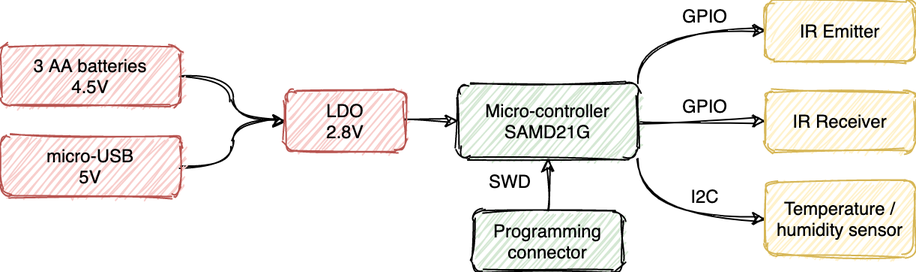
hutscape/pine keeps this draw.io diagram as images/design/subsystem.png. Above is the earlier version. Source tidied: cells renumbered, new cells last; positions are measured from the earlier drawing's top-left corner, leaving out a move shared by most shapes. The source it was exported from:
```xml
<mxGraphModel>
  <root>
    <mxCell id="0" />
    <mxCell id="1" parent="0" />
    <mxCell id="2" style="edgeStyle=orthogonalEdgeStyle;jettySize=auto;html=1;exitX=1;exitY=1;exitDx=0;exitDy=0;entryX=0;entryY=0.5;entryDx=0;entryDy=0;sketch=1;curved=1;" parent="1" edge="1" source="5" target="17">
      <mxGeometry relative="1" as="geometry" />
    </mxCell>
    <mxCell id="3" style="edgeStyle=orthogonalEdgeStyle;jettySize=auto;html=1;entryX=0;entryY=0.5;entryDx=0;entryDy=0;sketch=1;curved=1;" parent="1" edge="1" source="5" target="16">
      <mxGeometry relative="1" as="geometry" />
    </mxCell>
    <mxCell id="4" style="edgeStyle=orthogonalEdgeStyle;jettySize=auto;html=1;exitX=1;exitY=0;exitDx=0;exitDy=0;entryX=0;entryY=0.5;entryDx=0;entryDy=0;sketch=1;curved=1;" parent="1" edge="1" source="5" target="15">
      <mxGeometry relative="1" as="geometry" />
    </mxCell>
    <mxCell id="5" value="Micro-controller&lt;br&gt;SAMD21G" style="whiteSpace=wrap;html=1;fillColor=#D5E8D4;sketch=1;rounded=1;" parent="1" vertex="1">
      <mxGeometry x="305" y="55" width="120" height="50" as="geometry" />
    </mxCell>
    <mxCell id="6" style="edgeStyle=orthogonalEdgeStyle;jettySize=auto;html=1;exitX=0.5;exitY=0;exitDx=0;exitDy=0;entryX=0.5;entryY=1;entryDx=0;entryDy=0;sketch=1;curved=1;" parent="1" edge="1" source="7" target="5">
      <mxGeometry relative="1" as="geometry" />
    </mxCell>
    <mxCell id="7" value="Programming connector" style="whiteSpace=wrap;html=1;fillColor=#D5E8D4;sketch=1;rounded=1;" parent="1" vertex="1">
      <mxGeometry x="315" y="140" width="100" height="40" as="geometry" />
    </mxCell>
    <mxCell id="8" style="edgeStyle=orthogonalEdgeStyle;jettySize=auto;html=1;exitX=1;exitY=0.5;exitDx=0;exitDy=0;sketch=1;curved=1;" parent="1" edge="1" source="9" target="13">
      <mxGeometry relative="1" as="geometry" />
    </mxCell>
    <mxCell id="9" value="3 AA batteries&lt;br&gt;4.5V" style="whiteSpace=wrap;html=1;fillColor=#f8cecc;strokeColor=#b85450;sketch=1;rounded=1;" parent="1" vertex="1">
      <mxGeometry y="30" width="120" height="40" as="geometry" />
    </mxCell>
    <mxCell id="10" style="edgeStyle=orthogonalEdgeStyle;jettySize=auto;html=1;sketch=1;curved=1;" parent="1" edge="1" source="11" target="13">
      <mxGeometry relative="1" as="geometry">
        <Array as="points">
          <mxPoint x="155" y="110" />
          <mxPoint x="155" y="80" />
        </Array>
      </mxGeometry>
    </mxCell>
    <mxCell id="11" value="micro-USB&lt;br&gt;5V" style="whiteSpace=wrap;html=1;fillColor=#f8cecc;strokeColor=#b85450;sketch=1;rounded=1;" parent="1" vertex="1">
      <mxGeometry y="90" width="120" height="40" as="geometry" />
    </mxCell>
    <mxCell id="12" style="edgeStyle=orthogonalEdgeStyle;jettySize=auto;html=1;exitX=1;exitY=0.5;exitDx=0;exitDy=0;entryX=0;entryY=0.5;entryDx=0;entryDy=0;sketch=1;curved=1;" parent="1" edge="1" source="13" target="5">
      <mxGeometry relative="1" as="geometry" />
    </mxCell>
    <mxCell id="13" value="LDO&lt;br&gt;2.8V" style="whiteSpace=wrap;html=1;fillColor=#f8cecc;strokeColor=#b85450;sketch=1;rounded=1;" parent="1" vertex="1">
      <mxGeometry x="190" y="60" width="80" height="40" as="geometry" />
    </mxCell>
    <mxCell id="14" value="SWD" style="text;html=1;strokeColor=none;fillColor=none;align=center;verticalAlign=middle;whiteSpace=wrap;sketch=1;rounded=1;" parent="1" vertex="1">
      <mxGeometry x="320" y="110" width="40" height="20" as="geometry" />
    </mxCell>
    <mxCell id="15" value="IR Emitter" style="whiteSpace=wrap;html=1;fillColor=#fff2cc;strokeColor=#d6b656;sketch=1;rounded=1;" parent="1" vertex="1">
      <mxGeometry x="510" width="100" height="40" as="geometry" />
    </mxCell>
    <mxCell id="16" value="IR Receiver" style="whiteSpace=wrap;html=1;fillColor=#fff2cc;strokeColor=#d6b656;sketch=1;rounded=1;" parent="1" vertex="1">
      <mxGeometry x="510" y="60" width="100" height="40" as="geometry" />
    </mxCell>
    <mxCell id="17" value="Temperature / humidity sensor" style="whiteSpace=wrap;html=1;fillColor=#fff2cc;strokeColor=#d6b656;sketch=1;rounded=1;" parent="1" vertex="1">
      <mxGeometry x="510" y="120" width="100" height="50" as="geometry" />
    </mxCell>
    <mxCell id="18" value="I2C" style="text;html=1;strokeColor=none;fillColor=none;align=center;verticalAlign=middle;whiteSpace=wrap;sketch=1;rounded=1;" parent="1" vertex="1">
      <mxGeometry x="450" y="120" width="40" height="20" as="geometry" />
    </mxCell>
    <mxCell id="19" value="GPIO" style="text;html=1;strokeColor=none;fillColor=none;align=center;verticalAlign=middle;whiteSpace=wrap;sketch=1;rounded=1;" parent="1" vertex="1">
      <mxGeometry x="450" y="60" width="40" height="20" as="geometry" />
    </mxCell>
    <mxCell id="20" value="GPIO" style="text;html=1;strokeColor=none;fillColor=none;align=center;verticalAlign=middle;whiteSpace=wrap;sketch=1;rounded=1;" parent="1" vertex="1">
      <mxGeometry x="450" width="40" height="20" as="geometry" />
    </mxCell>
  </root>
</mxGraphModel>
```
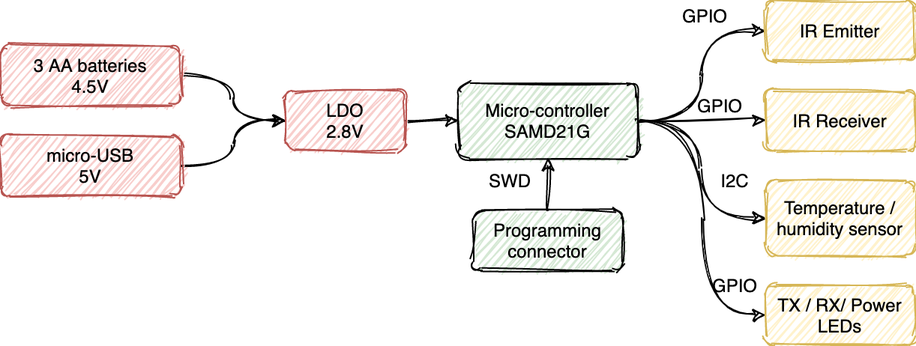
After the change.

Commit message:
feat: add LEDs in subsystem block diagram

The edit, as a diff of the source:
```diff
@@ -2,31 +2,34 @@
   <root>
     <mxCell id="0" />
     <mxCell id="1" parent="0" />
-    <mxCell id="2" style="edgeStyle=orthogonalEdgeStyle;jettySize=auto;html=1;exitX=1;exitY=1;exitDx=0;exitDy=0;entryX=0;entryY=0.5;entryDx=0;entryDy=0;sketch=1;curved=1;" parent="1" edge="1" source="5" target="17">
+    <mxCell id="2" style="edgeStyle=orthogonalEdgeStyle;jettySize=auto;html=1;exitX=1;exitY=0.5;exitDx=0;exitDy=0;entryX=0;entryY=0.5;entryDx=0;entryDy=0;curved=1;sketch=1;" parent="1" edge="1" source="5" target="17">
       <mxGeometry relative="1" as="geometry" />
     </mxCell>
-    <mxCell id="3" style="edgeStyle=orthogonalEdgeStyle;jettySize=auto;html=1;entryX=0;entryY=0.5;entryDx=0;entryDy=0;sketch=1;curved=1;" parent="1" edge="1" source="5" target="16">
+    <mxCell id="3" style="edgeStyle=orthogonalEdgeStyle;jettySize=auto;html=1;entryX=0;entryY=0.5;entryDx=0;entryDy=0;curved=1;sketch=1;" parent="1" edge="1" source="5" target="16">
       <mxGeometry relative="1" as="geometry" />
     </mxCell>
-    <mxCell id="4" style="edgeStyle=orthogonalEdgeStyle;jettySize=auto;html=1;exitX=1;exitY=0;exitDx=0;exitDy=0;entryX=0;entryY=0.5;entryDx=0;entryDy=0;sketch=1;curved=1;" parent="1" edge="1" source="5" target="15">
+    <mxCell id="4" style="edgeStyle=orthogonalEdgeStyle;jettySize=auto;html=1;exitX=1;exitY=0.5;exitDx=0;exitDy=0;entryX=0;entryY=0.5;entryDx=0;entryDy=0;curved=1;sketch=1;" parent="1" edge="1" source="5" target="15">
       <mxGeometry relative="1" as="geometry" />
     </mxCell>
+    <mxCell id="21" style="edgeStyle=orthogonalEdgeStyle;jettySize=auto;html=1;entryX=0;entryY=0.5;entryDx=0;entryDy=0;curved=1;sketch=1;" parent="1" edge="1" source="5" target="23">
+      <mxGeometry relative="1" as="geometry" />
+    </mxCell>
     <mxCell id="5" value="Micro-controller&lt;br&gt;SAMD21G" style="whiteSpace=wrap;html=1;fillColor=#D5E8D4;sketch=1;rounded=1;" parent="1" vertex="1">
       <mxGeometry x="305" y="55" width="120" height="50" as="geometry" />
     </mxCell>
-    <mxCell id="6" style="edgeStyle=orthogonalEdgeStyle;jettySize=auto;html=1;exitX=0.5;exitY=0;exitDx=0;exitDy=0;entryX=0.5;entryY=1;entryDx=0;entryDy=0;sketch=1;curved=1;" parent="1" edge="1" source="7" target="5">
+    <mxCell id="6" style="edgeStyle=orthogonalEdgeStyle;jettySize=auto;html=1;exitX=0.5;exitY=0;exitDx=0;exitDy=0;entryX=0.5;entryY=1;entryDx=0;entryDy=0;curved=1;sketch=1;" parent="1" edge="1" source="7" target="5">
       <mxGeometry relative="1" as="geometry" />
     </mxCell>
     <mxCell id="7" value="Programming connector" style="whiteSpace=wrap;html=1;fillColor=#D5E8D4;sketch=1;rounded=1;" parent="1" vertex="1">
       <mxGeometry x="315" y="140" width="100" height="40" as="geometry" />
     </mxCell>
-    <mxCell id="8" style="edgeStyle=orthogonalEdgeStyle;jettySize=auto;html=1;exitX=1;exitY=0.5;exitDx=0;exitDy=0;sketch=1;curved=1;" parent="1" edge="1" source="9" target="13">
+    <mxCell id="8" style="edgeStyle=orthogonalEdgeStyle;jettySize=auto;html=1;exitX=1;exitY=0.5;exitDx=0;exitDy=0;curved=1;sketch=1;" parent="1" edge="1" source="9" target="13">
       <mxGeometry relative="1" as="geometry" />
     </mxCell>
     <mxCell id="9" value="3 AA batteries&lt;br&gt;4.5V" style="whiteSpace=wrap;html=1;fillColor=#f8cecc;strokeColor=#b85450;sketch=1;rounded=1;" parent="1" vertex="1">
       <mxGeometry y="30" width="120" height="40" as="geometry" />
     </mxCell>
-    <mxCell id="10" style="edgeStyle=orthogonalEdgeStyle;jettySize=auto;html=1;sketch=1;curved=1;" parent="1" edge="1" source="11" target="13">
+    <mxCell id="10" style="edgeStyle=orthogonalEdgeStyle;jettySize=auto;html=1;curved=1;sketch=1;" parent="1" edge="1" source="11" target="13">
       <mxGeometry relative="1" as="geometry">
         <Array as="points">
           <mxPoint x="155" y="110" />
@@ -37,7 +40,7 @@
     <mxCell id="11" value="micro-USB&lt;br&gt;5V" style="whiteSpace=wrap;html=1;fillColor=#f8cecc;strokeColor=#b85450;sketch=1;rounded=1;" parent="1" vertex="1">
       <mxGeometry y="90" width="120" height="40" as="geometry" />
     </mxCell>
-    <mxCell id="12" style="edgeStyle=orthogonalEdgeStyle;jettySize=auto;html=1;exitX=1;exitY=0.5;exitDx=0;exitDy=0;entryX=0;entryY=0.5;entryDx=0;entryDy=0;sketch=1;curved=1;" parent="1" edge="1" source="13" target="5">
+    <mxCell id="12" style="edgeStyle=orthogonalEdgeStyle;jettySize=auto;html=1;exitX=1;exitY=0.5;exitDx=0;exitDy=0;entryX=0;entryY=0.5;entryDx=0;entryDy=0;curved=1;sketch=1;" parent="1" edge="1" source="13" target="5">
       <mxGeometry relative="1" as="geometry" />
     </mxCell>
     <mxCell id="13" value="LDO&lt;br&gt;2.8V" style="whiteSpace=wrap;html=1;fillColor=#f8cecc;strokeColor=#b85450;sketch=1;rounded=1;" parent="1" vertex="1">
@@ -56,13 +59,19 @@
       <mxGeometry x="510" y="120" width="100" height="50" as="geometry" />
     </mxCell>
     <mxCell id="18" value="I2C" style="text;html=1;strokeColor=none;fillColor=none;align=center;verticalAlign=middle;whiteSpace=wrap;sketch=1;rounded=1;" parent="1" vertex="1">
-      <mxGeometry x="450" y="120" width="40" height="20" as="geometry" />
+      <mxGeometry x="470" y="110" width="40" height="20" as="geometry" />
     </mxCell>
-    <mxCell id="19" value="GPIO" style="text;html=1;strokeColor=none;fillColor=none;align=center;verticalAlign=middle;whiteSpace=wrap;sketch=1;rounded=1;" parent="1" vertex="1">
-      <mxGeometry x="450" y="60" width="40" height="20" as="geometry" />
-    </mxCell>
+    <mxCell id="22" value="GPIO" style="text;html=1;strokeColor=none;fillColor=none;align=center;verticalAlign=middle;whiteSpace=wrap;sketch=1;rounded=1;" parent="1" vertex="1">
+      <mxGeometry x="460" y="60" width="40" height="20" as="geometry" />
+    </mxCell>
     <mxCell id="20" value="GPIO" style="text;html=1;strokeColor=none;fillColor=none;align=center;verticalAlign=middle;whiteSpace=wrap;sketch=1;rounded=1;" parent="1" vertex="1">
       <mxGeometry x="450" width="40" height="20" as="geometry" />
     </mxCell>
+    <mxCell id="23" value="TX / RX/ Power LEDs" style="whiteSpace=wrap;html=1;fillColor=#fff2cc;strokeColor=#d6b656;sketch=1;rounded=1;" parent="1" vertex="1">
+      <mxGeometry x="510" y="190" width="100" height="40" as="geometry" />
+    </mxCell>
+    <mxCell id="24" value="GPIO" style="text;html=1;strokeColor=none;fillColor=none;align=center;verticalAlign=middle;whiteSpace=wrap;sketch=1;rounded=1;" parent="1" vertex="1">
+      <mxGeometry x="470" y="180" width="40" height="20" as="geometry" />
+    </mxCell>
   </root>
 </mxGraphModel>
```
